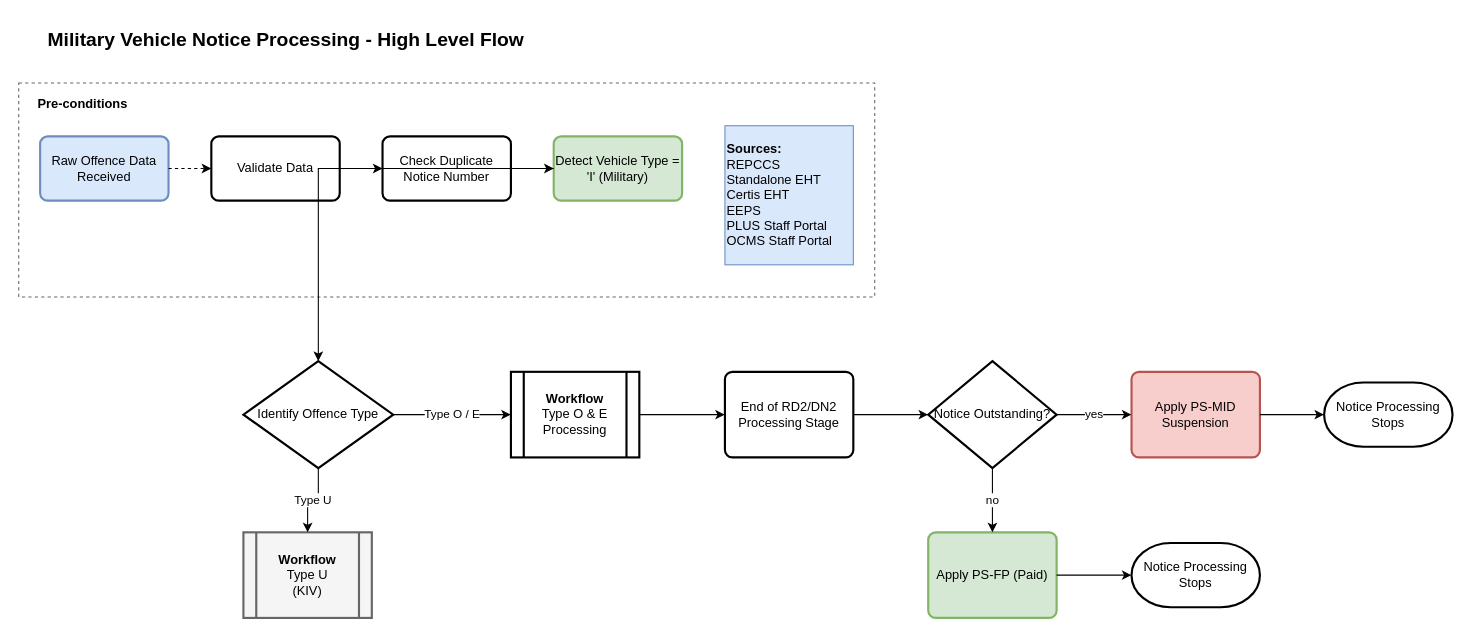
rafifmgg/techdoc keeps this draw.io diagram as page "Section_4_High_Level" (1 of 5) of OCMS 14/Section 4/OCMS14-Technical_Flowchart_Section_4.drawio. Above is the earlier version. Source tidied: cells renumbered, new cells numbered last; positions are measured from the earlier drawing's top-left corner, leaving out a move shared by most shapes. Both pictures are drawn from the tidied source at 107%, with x=0, y=0 at pixel (18, 18).
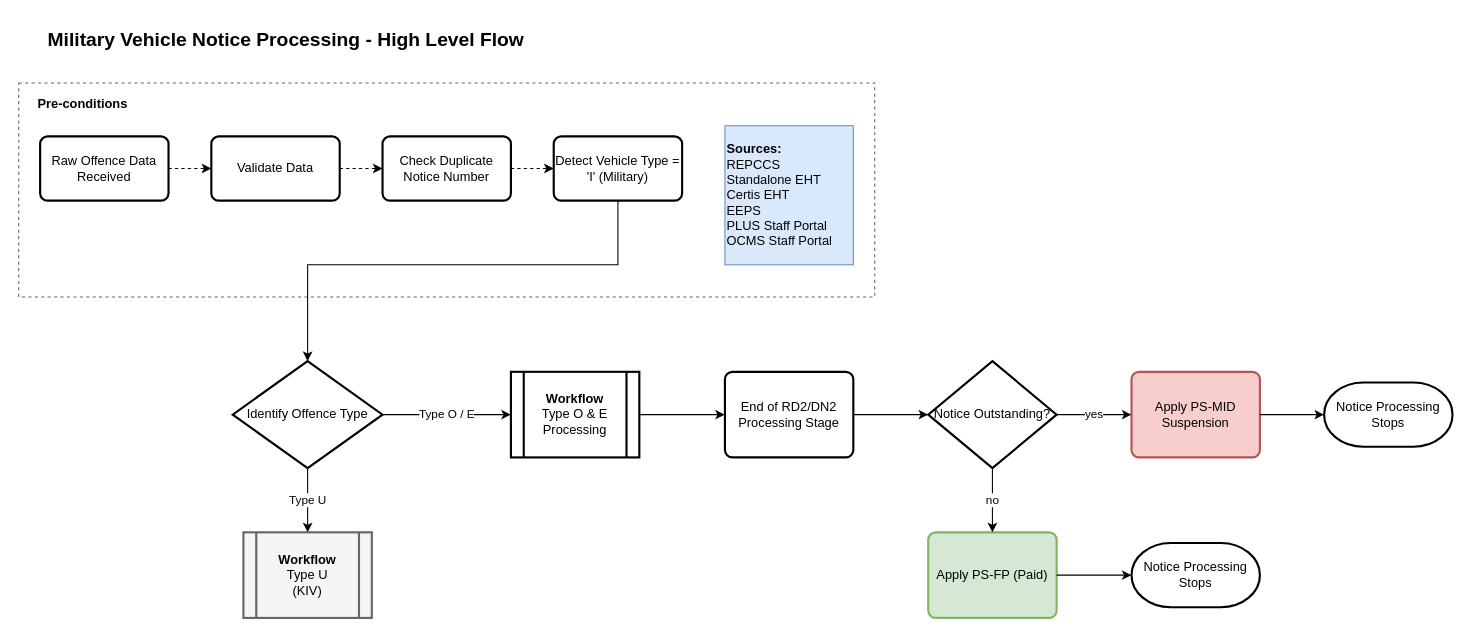
After the change.

Change to the diagram source:
```diff
@@
-    <mxCell id="5" value="Raw Offence Data Received" style="rounded=1;whiteSpace=wrap;html=1;absoluteArcSize=1;arcSize=14;strokeWidth=2;fillColor=#dae8fc;strokeColor=#6c8ebf;" parent="1" vertex="1">
+    <mxCell id="5" value="Raw Offence Data Received" style="rounded=1;whiteSpace=wrap;html=1;absoluteArcSize=1;arcSize=14;strokeWidth=2;" parent="1" vertex="1">
       <mxGeometry x="20" y="110" width="120" height="60" as="geometry" />
     </mxCell>
@@
-    <mxCell id="8" value="Detect Vehicle Type = 'I' (Military)" style="rounded=1;whiteSpace=wrap;html=1;absoluteArcSize=1;arcSize=14;strokeWidth=2;fillColor=#d5e8d4;strokeColor=#82b366;" parent="1" vertex="1">
+    <mxCell id="8" value="Detect Vehicle Type = 'I' (Military)" style="rounded=1;whiteSpace=wrap;html=1;absoluteArcSize=1;arcSize=14;strokeWidth=2;" parent="1" vertex="1">
       <mxGeometry x="500" y="110" width="120" height="60" as="geometry" />
     </mxCell>
@@
     <mxCell id="13" value="Identify Offence Type" style="strokeWidth=2;html=1;shape=mxgraph.flowchart.decision;whiteSpace=wrap;" parent="1" vertex="1">
-      <mxGeometry x="210" y="320" width="140" height="100" as="geometry" />
+      <mxGeometry x="200" y="320" width="140" height="100" as="geometry" />
     </mxCell>
     <mxCell id="14" style="edgeStyle=orthogonalEdgeStyle;rounded=0;jettySize=auto;html=1;" parent="1" edge="1" source="8" target="13">
-      <mxGeometry relative="1" as="geometry" />
+      <mxGeometry relative="1" as="geometry">
+        <Array as="points">
+          <mxPoint x="560" y="230" />
+          <mxPoint x="270" y="230" />
+        </Array>
+      </mxGeometry>
     </mxCell>
```
